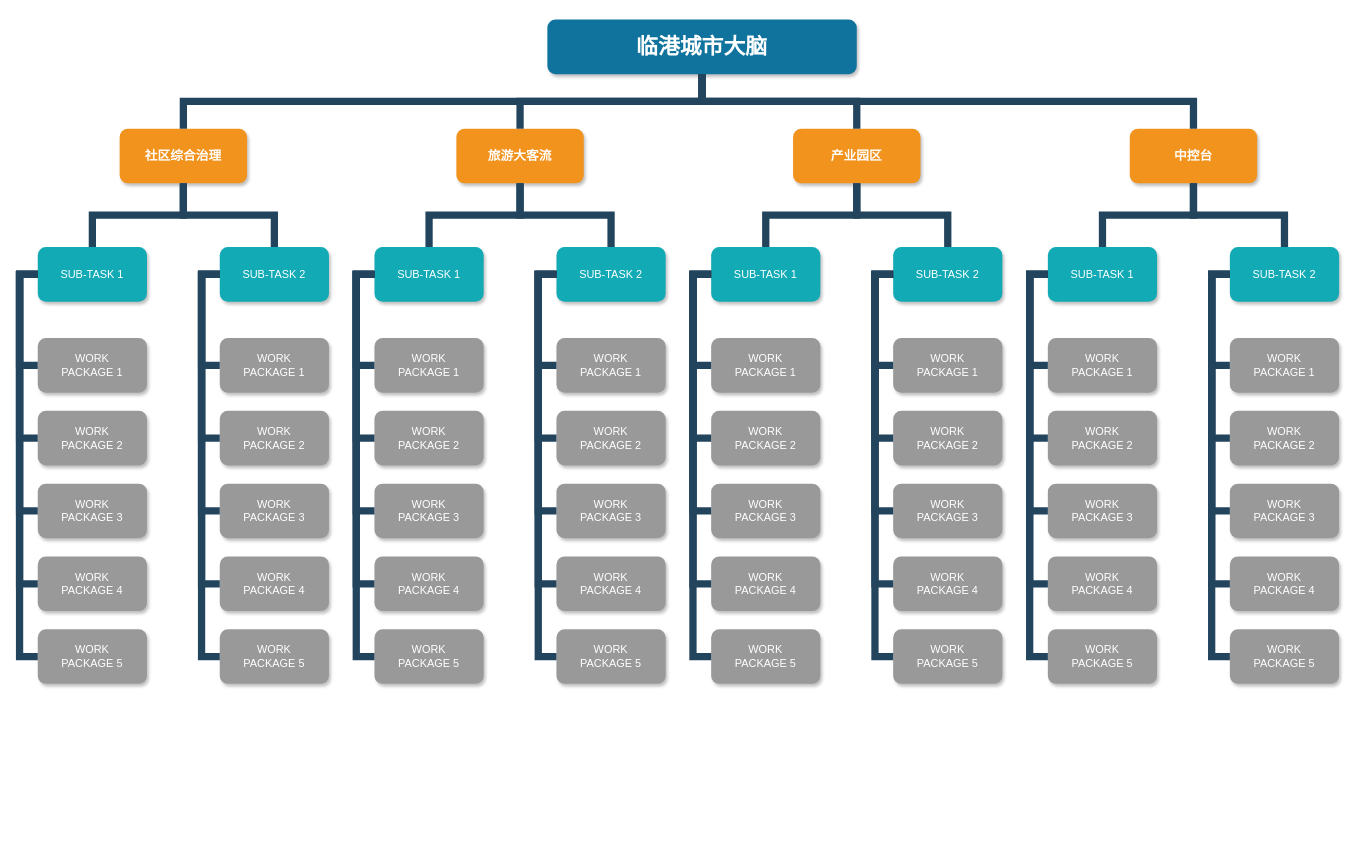
DeanTuYu/DrawIo keeps this draw.io diagram as Lingang structure.drawio. Above is the earlier version. Source tidied: cells renumbered, new cells numbered last; positions are measured from the earlier drawing's top-left corner, leaving out a move shared by most shapes. Both pictures are drawn from the tidied source at 91%, with x=0, y=0 at pixel (19, 19).
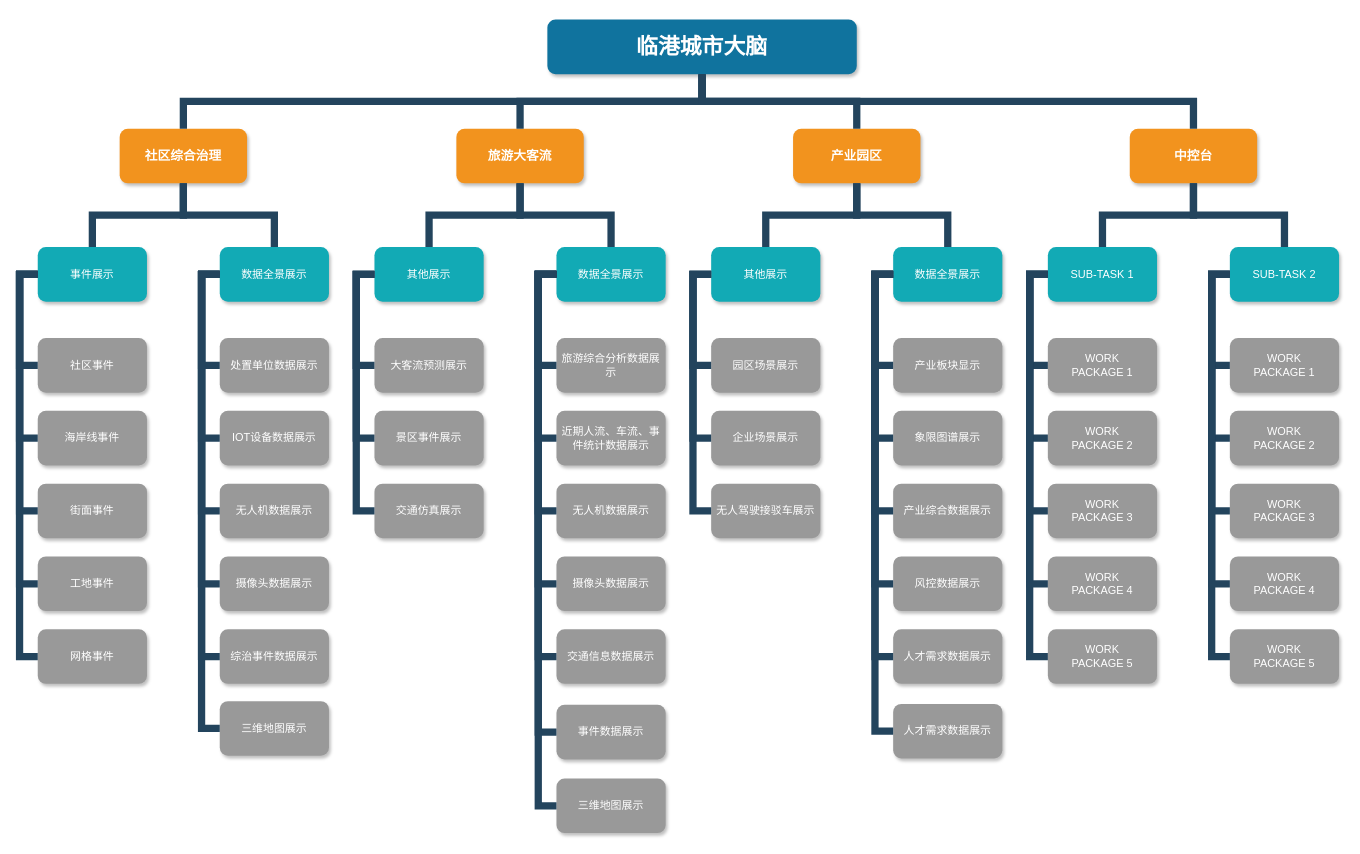
Above is the later version.

Diff of the diagram source:
```diff
@@
-    <mxCell id="7" value="SUB-TASK 1" style="whiteSpace=wrap;rounded=1;fillColor=#12AAB5;strokeColor=none;shadow=1;fontColor=#FFFFFF;" parent="1" vertex="1">
+    <mxCell id="7" value="事件展示" style="whiteSpace=wrap;rounded=1;fillColor=#12AAB5;strokeColor=none;shadow=1;fontColor=#FFFFFF;" parent="1" vertex="1">
       <mxGeometry x="20" y="250" width="120" height="60" as="geometry" />
     </mxCell>
-    <mxCell id="8" value="SUB-TASK 2" style="whiteSpace=wrap;rounded=1;fillColor=#12AAB5;strokeColor=none;shadow=1;fontColor=#FFFFFF;" parent="1" vertex="1">
+    <mxCell id="8" value="数据全景展示" style="whiteSpace=wrap;rounded=1;fillColor=#12AAB5;strokeColor=none;shadow=1;fontColor=#FFFFFF;" parent="1" vertex="1">
       <mxGeometry x="220" y="250" width="120" height="60" as="geometry" />
     </mxCell>
-    <mxCell id="9" value="WORK&#10;PACKAGE 1" style="whiteSpace=wrap;rounded=1;fillColor=#999999;strokeColor=none;shadow=1;fontColor=#FFFFFF;fontStyle=0;" parent="1" vertex="1">
+    <mxCell id="9" value="社区事件" style="whiteSpace=wrap;rounded=1;fillColor=#999999;strokeColor=none;shadow=1;fontColor=#FFFFFF;fontStyle=0;" parent="1" vertex="1">
       <mxGeometry x="20" y="350" width="120" height="60" as="geometry" />
     </mxCell>
-    <mxCell id="10" value="WORK&#10;PACKAGE 2" style="whiteSpace=wrap;rounded=1;fillColor=#999999;strokeColor=none;shadow=1;fontColor=#FFFFFF;fontStyle=0;" parent="1" vertex="1">
+    <mxCell id="10" value="海岸线事件" style="whiteSpace=wrap;rounded=1;fillColor=#999999;strokeColor=none;shadow=1;fontColor=#FFFFFF;fontStyle=0;" parent="1" vertex="1">
       <mxGeometry x="20" y="430" width="120" height="60" as="geometry" />
     </mxCell>
-    <mxCell id="11" value="WORK&#10;PACKAGE 3" style="whiteSpace=wrap;rounded=1;fillColor=#999999;strokeColor=none;shadow=1;fontColor=#FFFFFF;fontStyle=0;" parent="1" vertex="1">
+    <mxCell id="11" value="街面事件" style="whiteSpace=wrap;rounded=1;fillColor=#999999;strokeColor=none;shadow=1;fontColor=#FFFFFF;fontStyle=0;" parent="1" vertex="1">
       <mxGeometry x="20" y="510" width="120" height="60" as="geometry" />
     </mxCell>
-    <mxCell id="12" value="WORK&#10;PACKAGE 4" style="whiteSpace=wrap;rounded=1;fillColor=#999999;strokeColor=none;shadow=1;fontColor=#FFFFFF;fontStyle=0;" parent="1" vertex="1">
+    <mxCell id="12" value="工地事件" style="whiteSpace=wrap;rounded=1;fillColor=#999999;strokeColor=none;shadow=1;fontColor=#FFFFFF;fontStyle=0;" parent="1" vertex="1">
       <mxGeometry x="20" y="590" width="120" height="60" as="geometry" />
     </mxCell>
-    <mxCell id="13" value="WORK&#10;PACKAGE 5" style="whiteSpace=wrap;rounded=1;fillColor=#999999;strokeColor=none;shadow=1;fontColor=#FFFFFF;fontStyle=0;" parent="1" vertex="1">
+    <mxCell id="13" value="网格事件" style="whiteSpace=wrap;rounded=1;fillColor=#999999;strokeColor=none;shadow=1;fontColor=#FFFFFF;fontStyle=0;" parent="1" vertex="1">
       <mxGeometry x="20" y="670" width="120" height="60" as="geometry" />
     </mxCell>
-    <mxCell id="14" value="WORK&#10;PACKAGE 1" style="whiteSpace=wrap;rounded=1;fillColor=#999999;strokeColor=none;shadow=1;fontColor=#FFFFFF;fontStyle=0;" parent="1" vertex="1">
+    <mxCell id="14" value="处置单位数据展示" style="whiteSpace=wrap;rounded=1;fillColor=#999999;strokeColor=none;shadow=1;fontColor=#FFFFFF;fontStyle=0;" parent="1" vertex="1">
       <mxGeometry x="220" y="350" width="120" height="60" as="geometry" />
     </mxCell>
-    <mxCell id="15" value="WORK&#10;PACKAGE 2" style="whiteSpace=wrap;rounded=1;fillColor=#999999;strokeColor=none;shadow=1;fontColor=#FFFFFF;fontStyle=0;" parent="1" vertex="1">
+    <mxCell id="15" value="IOT设备数据展示" style="whiteSpace=wrap;rounded=1;fillColor=#999999;strokeColor=none;shadow=1;fontColor=#FFFFFF;fontStyle=0;" parent="1" vertex="1">
       <mxGeometry x="220" y="430" width="120" height="60" as="geometry" />
     </mxCell>
-    <mxCell id="16" value="WORK&#10;PACKAGE 3" style="whiteSpace=wrap;rounded=1;fillColor=#999999;strokeColor=none;shadow=1;fontColor=#FFFFFF;fontStyle=0;" parent="1" vertex="1">
+    <mxCell id="16" value="无人机数据展示" style="whiteSpace=wrap;rounded=1;fillColor=#999999;strokeColor=none;shadow=1;fontColor=#FFFFFF;fontStyle=0;" parent="1" vertex="1">
       <mxGeometry x="220" y="510" width="120" height="60" as="geometry" />
     </mxCell>
-    <mxCell id="17" value="WORK&#10;PACKAGE 4" style="whiteSpace=wrap;rounded=1;fillColor=#999999;strokeColor=none;shadow=1;fontColor=#FFFFFF;fontStyle=0;" parent="1" vertex="1">
+    <mxCell id="17" value="摄像头数据展示" style="whiteSpace=wrap;rounded=1;fillColor=#999999;strokeColor=none;shadow=1;fontColor=#FFFFFF;fontStyle=0;" parent="1" vertex="1">
       <mxGeometry x="220" y="590" width="120" height="60" as="geometry" />
     </mxCell>
-    <mxCell id="18" value="WORK&#10;PACKAGE 5" style="whiteSpace=wrap;rounded=1;fillColor=#999999;strokeColor=none;shadow=1;fontColor=#FFFFFF;fontStyle=0;" parent="1" vertex="1">
+    <mxCell id="18" value="综治事件数据展示" style="whiteSpace=wrap;rounded=1;fillColor=#999999;strokeColor=none;shadow=1;fontColor=#FFFFFF;fontStyle=0;" parent="1" vertex="1">
       <mxGeometry x="220" y="670" width="120" height="60" as="geometry" />
     </mxCell>
+    <mxCell id="107" value="三维地图展示" style="whiteSpace=wrap;rounded=1;fillColor=#999999;strokeColor=none;shadow=1;fontColor=#FFFFFF;fontStyle=0;" parent="1" vertex="1">
+      <mxGeometry x="220" y="749" width="120" height="60" as="geometry" />
+    </mxCell>
@@
-    <mxCell id="28" style="edgeStyle=elbowEdgeStyle;elbow=horizontal;rounded=0;fontColor=#000000;endArrow=none;endFill=0;strokeWidth=8;strokeColor=#23445D;" parent="1" edge="1" source="8" target="18">
+    <mxCell id="28" style="edgeStyle=elbowEdgeStyle;elbow=horizontal;rounded=0;fontColor=#000000;endArrow=none;endFill=0;strokeWidth=8;strokeColor=#23445D;entryX=0;entryY=0.5;entryDx=0;entryDy=0;" parent="1" edge="1" source="8" target="107">
       <mxGeometry relative="1" as="geometry">
         <Array as="points">
           <mxPoint x="200" y="490" />
         </Array>
       </mxGeometry>
     </mxCell>
@@
-    <mxCell id="31" value="SUB-TASK 1" style="whiteSpace=wrap;rounded=1;fillColor=#12AAB5;strokeColor=none;shadow=1;fontColor=#FFFFFF;" parent="1" vertex="1">
+    <mxCell id="31" value="其他展示" style="whiteSpace=wrap;rounded=1;fillColor=#12AAB5;strokeColor=none;shadow=1;fontColor=#FFFFFF;" parent="1" vertex="1">
       <mxGeometry x="390" y="250" width="120" height="60" as="geometry" />
     </mxCell>
-    <mxCell id="32" value="SUB-TASK 2" style="whiteSpace=wrap;rounded=1;fillColor=#12AAB5;strokeColor=none;shadow=1;fontColor=#FFFFFF;" parent="1" vertex="1">
+    <mxCell id="32" value="数据全景展示" style="whiteSpace=wrap;rounded=1;fillColor=#12AAB5;strokeColor=none;shadow=1;fontColor=#FFFFFF;" parent="1" vertex="1">
       <mxGeometry x="590" y="250" width="120" height="60" as="geometry" />
     </mxCell>
-    <mxCell id="33" value="WORK&#10;PACKAGE 1" style="whiteSpace=wrap;rounded=1;fillColor=#999999;strokeColor=none;shadow=1;fontColor=#FFFFFF;fontStyle=0;" parent="1" vertex="1">
+    <mxCell id="33" value="大客流预测展示" style="whiteSpace=wrap;rounded=1;fillColor=#999999;strokeColor=none;shadow=1;fontColor=#FFFFFF;fontStyle=0;" parent="1" vertex="1">
       <mxGeometry x="390" y="350" width="120" height="60" as="geometry" />
     </mxCell>
-    <mxCell id="34" value="WORK&#10;PACKAGE 2" style="whiteSpace=wrap;rounded=1;fillColor=#999999;strokeColor=none;shadow=1;fontColor=#FFFFFF;fontStyle=0;" parent="1" vertex="1">
+    <mxCell id="34" value="景区事件展示" style="whiteSpace=wrap;rounded=1;fillColor=#999999;strokeColor=none;shadow=1;fontColor=#FFFFFF;fontStyle=0;" parent="1" vertex="1">
       <mxGeometry x="390" y="430" width="120" height="60" as="geometry" />
     </mxCell>
-    <mxCell id="35" value="WORK&#10;PACKAGE 3" style="whiteSpace=wrap;rounded=1;fillColor=#999999;strokeColor=none;shadow=1;fontColor=#FFFFFF;fontStyle=0;" parent="1" vertex="1">
+    <mxCell id="35" value="交通仿真展示" style="whiteSpace=wrap;rounded=1;fillColor=#999999;strokeColor=none;shadow=1;fontColor=#FFFFFF;fontStyle=0;" parent="1" vertex="1">
       <mxGeometry x="390" y="510" width="120" height="60" as="geometry" />
     </mxCell>
-    <mxCell id="36" value="WORK&#10;PACKAGE 4" style="whiteSpace=wrap;rounded=1;fillColor=#999999;strokeColor=none;shadow=1;fontColor=#FFFFFF;fontStyle=0;" parent="1" vertex="1">
-      <mxGeometry x="390" y="590" width="120" height="60" as="geometry" />
-    </mxCell>
-    <mxCell id="37" value="WORK&#10;PACKAGE 5" style="whiteSpace=wrap;rounded=1;fillColor=#999999;strokeColor=none;shadow=1;fontColor=#FFFFFF;fontStyle=0;" parent="1" vertex="1">
-      <mxGeometry x="390" y="670" width="120" height="60" as="geometry" />
-    </mxCell>
-    <mxCell id="38" value="WORK&#10;PACKAGE 1" style="whiteSpace=wrap;rounded=1;fillColor=#999999;strokeColor=none;shadow=1;fontColor=#FFFFFF;fontStyle=0;" parent="1" vertex="1">
+    <mxCell id="38" value="旅游综合分析数据展示" style="whiteSpace=wrap;rounded=1;fillColor=#999999;strokeColor=none;shadow=1;fontColor=#FFFFFF;fontStyle=0;" parent="1" vertex="1">
       <mxGeometry x="590" y="350" width="120" height="60" as="geometry" />
     </mxCell>
-    <mxCell id="39" value="WORK&#10;PACKAGE 2" style="whiteSpace=wrap;rounded=1;fillColor=#999999;strokeColor=none;shadow=1;fontColor=#FFFFFF;fontStyle=0;" parent="1" vertex="1">
+    <mxCell id="39" value="近期人流、车流、事件统计数据展示" style="whiteSpace=wrap;rounded=1;fillColor=#999999;strokeColor=none;shadow=1;fontColor=#FFFFFF;fontStyle=0;" parent="1" vertex="1">
       <mxGeometry x="590" y="430" width="120" height="60" as="geometry" />
     </mxCell>
-    <mxCell id="40" value="WORK&#10;PACKAGE 3" style="whiteSpace=wrap;rounded=1;fillColor=#999999;strokeColor=none;shadow=1;fontColor=#FFFFFF;fontStyle=0;" parent="1" vertex="1">
+    <mxCell id="40" value="无人机数据展示" style="whiteSpace=wrap;rounded=1;fillColor=#999999;strokeColor=none;shadow=1;fontColor=#FFFFFF;fontStyle=0;" parent="1" vertex="1">
       <mxGeometry x="590" y="510" width="120" height="60" as="geometry" />
     </mxCell>
-    <mxCell id="41" value="WORK&#10;PACKAGE 4" style="whiteSpace=wrap;rounded=1;fillColor=#999999;strokeColor=none;shadow=1;fontColor=#FFFFFF;fontStyle=0;" parent="1" vertex="1">
+    <mxCell id="41" value="摄像头数据展示" style="whiteSpace=wrap;rounded=1;fillColor=#999999;strokeColor=none;shadow=1;fontColor=#FFFFFF;fontStyle=0;" parent="1" vertex="1">
       <mxGeometry x="590" y="590" width="120" height="60" as="geometry" />
     </mxCell>
-    <mxCell id="42" value="WORK&#10;PACKAGE 5" style="whiteSpace=wrap;rounded=1;fillColor=#999999;strokeColor=none;shadow=1;fontColor=#FFFFFF;fontStyle=0;" parent="1" vertex="1">
+    <mxCell id="42" value="交通信息数据展示" style="whiteSpace=wrap;rounded=1;fillColor=#999999;strokeColor=none;shadow=1;fontColor=#FFFFFF;fontStyle=0;" parent="1" vertex="1">
       <mxGeometry x="590" y="670" width="120" height="60" as="geometry" />
     </mxCell>
+    <mxCell id="108" value="事件数据展示" style="whiteSpace=wrap;rounded=1;fillColor=#999999;strokeColor=none;shadow=1;fontColor=#FFFFFF;fontStyle=0;" parent="1" vertex="1">
+      <mxGeometry x="590" y="753" width="120" height="60" as="geometry" />
+    </mxCell>
+    <mxCell id="109" value="三维地图展示" style="whiteSpace=wrap;rounded=1;fillColor=#999999;strokeColor=none;shadow=1;fontColor=#FFFFFF;fontStyle=0;" parent="1" vertex="1">
+      <mxGeometry x="590" y="834" width="120" height="60" as="geometry" />
+    </mxCell>
@@
-    <mxCell id="45" style="edgeStyle=elbowEdgeStyle;elbow=horizontal;rounded=0;fontColor=#000000;endArrow=none;endFill=0;strokeWidth=8;strokeColor=#23445D;" parent="1" edge="1" source="31" target="37">
-      <mxGeometry relative="1" as="geometry">
-        <Array as="points">
-          <mxPoint x="370" y="500" />
-        </Array>
-      </mxGeometry>
-    </mxCell>
-    <mxCell id="46" style="edgeStyle=elbowEdgeStyle;elbow=horizontal;rounded=0;fontColor=#000000;endArrow=none;endFill=0;strokeWidth=8;strokeColor=#23445D;" parent="1" edge="1" source="31" target="36">
-      <mxGeometry relative="1" as="geometry">
-        <Array as="points">
-          <mxPoint x="370" y="450" />
-        </Array>
-      </mxGeometry>
-    </mxCell>
@@
-    <mxCell id="53" value="SUB-TASK 1" style="whiteSpace=wrap;rounded=1;fillColor=#12AAB5;strokeColor=none;shadow=1;fontColor=#FFFFFF;" parent="1" vertex="1">
+    <mxCell id="53" value="其他展示" style="whiteSpace=wrap;rounded=1;fillColor=#12AAB5;strokeColor=none;shadow=1;fontColor=#FFFFFF;" parent="1" vertex="1">
       <mxGeometry x="760" y="250" width="120" height="60" as="geometry" />
     </mxCell>
-    <mxCell id="54" value="SUB-TASK 2" style="whiteSpace=wrap;rounded=1;fillColor=#12AAB5;strokeColor=none;shadow=1;fontColor=#FFFFFF;" parent="1" vertex="1">
+    <mxCell id="54" value="数据全景展示" style="whiteSpace=wrap;rounded=1;fillColor=#12AAB5;strokeColor=none;shadow=1;fontColor=#FFFFFF;" parent="1" vertex="1">
       <mxGeometry x="960" y="250" width="120" height="60" as="geometry" />
     </mxCell>
-    <mxCell id="55" value="WORK&#10;PACKAGE 1" style="whiteSpace=wrap;rounded=1;fillColor=#999999;strokeColor=none;shadow=1;fontColor=#FFFFFF;fontStyle=0;" parent="1" vertex="1">
+    <mxCell id="55" value="园区场景展示" style="whiteSpace=wrap;rounded=1;fillColor=#999999;strokeColor=none;shadow=1;fontColor=#FFFFFF;fontStyle=0;" parent="1" vertex="1">
       <mxGeometry x="760" y="350" width="120" height="60" as="geometry" />
     </mxCell>
-    <mxCell id="56" value="WORK&#10;PACKAGE 2" style="whiteSpace=wrap;rounded=1;fillColor=#999999;strokeColor=none;shadow=1;fontColor=#FFFFFF;fontStyle=0;" parent="1" vertex="1">
+    <mxCell id="56" value="企业场景展示" style="whiteSpace=wrap;rounded=1;fillColor=#999999;strokeColor=none;shadow=1;fontColor=#FFFFFF;fontStyle=0;" parent="1" vertex="1">
       <mxGeometry x="760" y="430" width="120" height="60" as="geometry" />
     </mxCell>
-    <mxCell id="57" value="WORK&#10;PACKAGE 3" style="whiteSpace=wrap;rounded=1;fillColor=#999999;strokeColor=none;shadow=1;fontColor=#FFFFFF;fontStyle=0;" parent="1" vertex="1">
+    <mxCell id="57" value="无人驾驶接驳车展示" style="whiteSpace=wrap;rounded=1;fillColor=#999999;strokeColor=none;shadow=1;fontColor=#FFFFFF;fontStyle=0;" parent="1" vertex="1">
       <mxGeometry x="760" y="510" width="120" height="60" as="geometry" />
     </mxCell>
-    <mxCell id="58" value="WORK&#10;PACKAGE 4" style="whiteSpace=wrap;rounded=1;fillColor=#999999;strokeColor=none;shadow=1;fontColor=#FFFFFF;fontStyle=0;" parent="1" vertex="1">
-      <mxGeometry x="760" y="590" width="120" height="60" as="geometry" />
-    </mxCell>
-    <mxCell id="59" value="WORK&#10;PACKAGE 5" style="whiteSpace=wrap;rounded=1;fillColor=#999999;strokeColor=none;shadow=1;fontColor=#FFFFFF;fontStyle=0;" parent="1" vertex="1">
-      <mxGeometry x="760" y="670" width="120" height="60" as="geometry" />
-    </mxCell>
-    <mxCell id="60" value="WORK&#10;PACKAGE 1" style="whiteSpace=wrap;rounded=1;fillColor=#999999;strokeColor=none;shadow=1;fontColor=#FFFFFF;fontStyle=0;" parent="1" vertex="1">
+    <mxCell id="60" value="产业板块显示" style="whiteSpace=wrap;rounded=1;fillColor=#999999;strokeColor=none;shadow=1;fontColor=#FFFFFF;fontStyle=0;" parent="1" vertex="1">
       <mxGeometry x="960" y="350" width="120" height="60" as="geometry" />
     </mxCell>
-    <mxCell id="61" value="WORK&#10;PACKAGE 2" style="whiteSpace=wrap;rounded=1;fillColor=#999999;strokeColor=none;shadow=1;fontColor=#FFFFFF;fontStyle=0;" parent="1" vertex="1">
+    <mxCell id="61" value="象限图谱展示" style="whiteSpace=wrap;rounded=1;fillColor=#999999;strokeColor=none;shadow=1;fontColor=#FFFFFF;fontStyle=0;" parent="1" vertex="1">
       <mxGeometry x="960" y="430" width="120" height="60" as="geometry" />
     </mxCell>
-    <mxCell id="62" value="WORK&#10;PACKAGE 3" style="whiteSpace=wrap;rounded=1;fillColor=#999999;strokeColor=none;shadow=1;fontColor=#FFFFFF;fontStyle=0;" parent="1" vertex="1">
+    <mxCell id="62" value="产业综合数据展示" style="whiteSpace=wrap;rounded=1;fillColor=#999999;strokeColor=none;shadow=1;fontColor=#FFFFFF;fontStyle=0;" parent="1" vertex="1">
       <mxGeometry x="960" y="510" width="120" height="60" as="geometry" />
     </mxCell>
-    <mxCell id="63" value="WORK&#10;PACKAGE 4" style="whiteSpace=wrap;rounded=1;fillColor=#999999;strokeColor=none;shadow=1;fontColor=#FFFFFF;fontStyle=0;" parent="1" vertex="1">
+    <mxCell id="63" value="风控数据展示" style="whiteSpace=wrap;rounded=1;fillColor=#999999;strokeColor=none;shadow=1;fontColor=#FFFFFF;fontStyle=0;" parent="1" vertex="1">
       <mxGeometry x="960" y="590" width="120" height="60" as="geometry" />
     </mxCell>
-    <mxCell id="64" value="WORK&#10;PACKAGE 5" style="whiteSpace=wrap;rounded=1;fillColor=#999999;strokeColor=none;shadow=1;fontColor=#FFFFFF;fontStyle=0;" parent="1" vertex="1">
+    <mxCell id="64" value="人才需求数据展示" style="whiteSpace=wrap;rounded=1;fillColor=#999999;strokeColor=none;shadow=1;fontColor=#FFFFFF;fontStyle=0;" parent="1" vertex="1">
       <mxGeometry x="960" y="670" width="120" height="60" as="geometry" />
     </mxCell>
+    <mxCell id="110" value="人才需求数据展示" style="whiteSpace=wrap;rounded=1;fillColor=#999999;strokeColor=none;shadow=1;fontColor=#FFFFFF;fontStyle=0;" parent="1" vertex="1">
+      <mxGeometry x="960" y="752" width="120" height="60" as="geometry" />
+    </mxCell>
@@
-    <mxCell id="67" style="edgeStyle=elbowEdgeStyle;elbow=horizontal;rounded=0;fontColor=#000000;endArrow=none;endFill=0;strokeWidth=8;strokeColor=#23445D;" parent="1" edge="1" source="53" target="59">
-      <mxGeometry relative="1" as="geometry">
-        <Array as="points">
-          <mxPoint x="740" y="500" />
-        </Array>
-      </mxGeometry>
-    </mxCell>
-    <mxCell id="68" style="edgeStyle=elbowEdgeStyle;elbow=horizontal;rounded=0;fontColor=#000000;endArrow=none;endFill=0;strokeWidth=8;strokeColor=#23445D;" parent="1" edge="1" source="53" target="58">
-      <mxGeometry relative="1" as="geometry">
-        <Array as="points">
-          <mxPoint x="740" y="450" />
-        </Array>
-      </mxGeometry>
-    </mxCell>
@@
+    <mxCell id="111" style="edgeStyle=elbowEdgeStyle;elbow=horizontal;rounded=0;fontColor=#000000;endArrow=none;endFill=0;strokeWidth=8;strokeColor=#23445D;" parent="1" edge="1" source="8" target="18">
+      <mxGeometry relative="1" as="geometry">
+        <Array as="points">
+          <mxPoint x="200" y="490" />
+        </Array>
+      </mxGeometry>
+    </mxCell>
+    <mxCell id="112" style="edgeStyle=elbowEdgeStyle;elbow=horizontal;rounded=0;fontColor=#000000;endArrow=none;endFill=0;strokeWidth=8;strokeColor=#23445D;" parent="1" edge="1" source="32" target="108">
+      <mxGeometry relative="1" as="geometry">
+        <Array as="points">
+          <mxPoint x="570" y="510" />
+          <mxPoint x="580" y="500" />
+        </Array>
+      </mxGeometry>
+    </mxCell>
+    <mxCell id="113" style="edgeStyle=elbowEdgeStyle;elbow=horizontal;rounded=0;fontColor=#000000;endArrow=none;endFill=0;strokeWidth=8;strokeColor=#23445D;" parent="1" edge="1" source="32" target="109">
+      <mxGeometry relative="1" as="geometry">
+        <Array as="points">
+          <mxPoint x="570" y="580" />
+          <mxPoint x="590" y="510" />
+        </Array>
+      </mxGeometry>
+    </mxCell>
+    <mxCell id="114" style="edgeStyle=elbowEdgeStyle;elbow=horizontal;rounded=0;fontColor=#000000;endArrow=none;endFill=0;strokeWidth=8;strokeColor=#23445D;" parent="1" edge="1" source="54" target="110">
+      <mxGeometry relative="1" as="geometry">
+        <Array as="points">
+          <mxPoint x="940" y="500" />
+          <mxPoint x="950" y="500" />
+        </Array>
+      </mxGeometry>
+    </mxCell>
```
